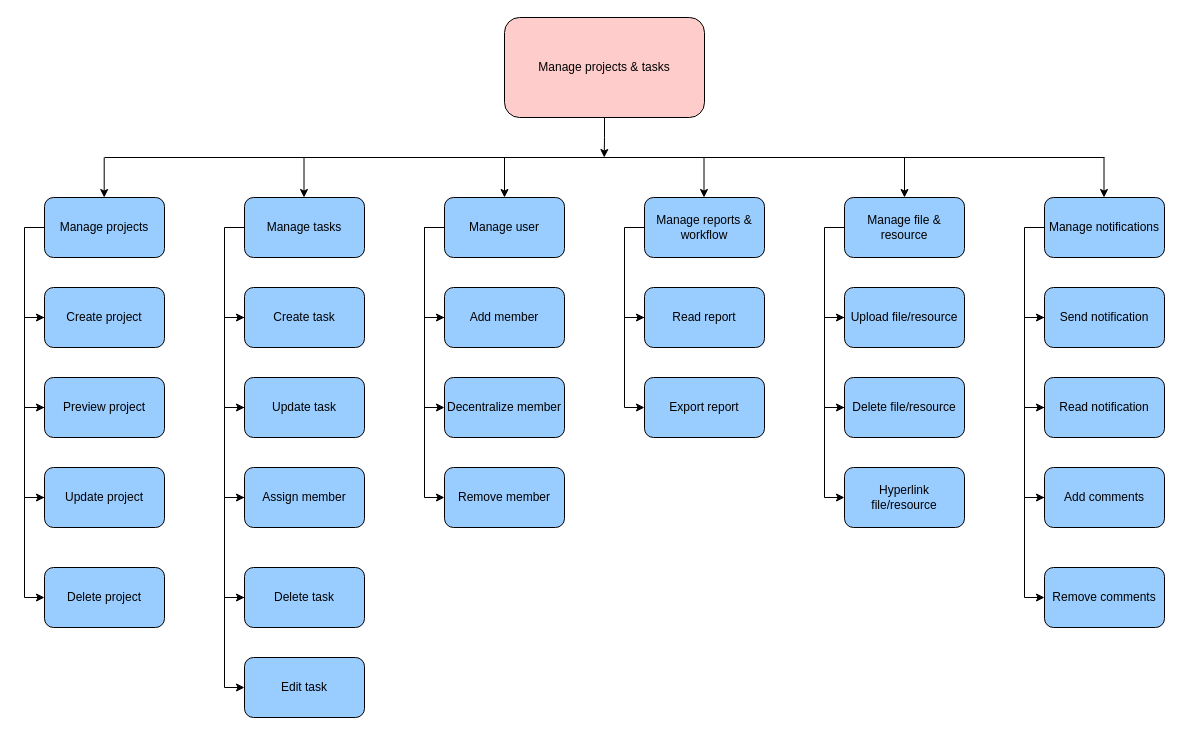
Earlier version of the draw.io diagram BusinessFunctionDiagram.drawio (nguyen2f/UNIWork). Source tidied: cells renumbered, new cells numbered last; positions are measured from the earlier drawing's top-left corner, leaving out a move shared by most shapes. Both pictures are drawn from the tidied source at 100%, with x=0, y=0 at pixel (44, 17).
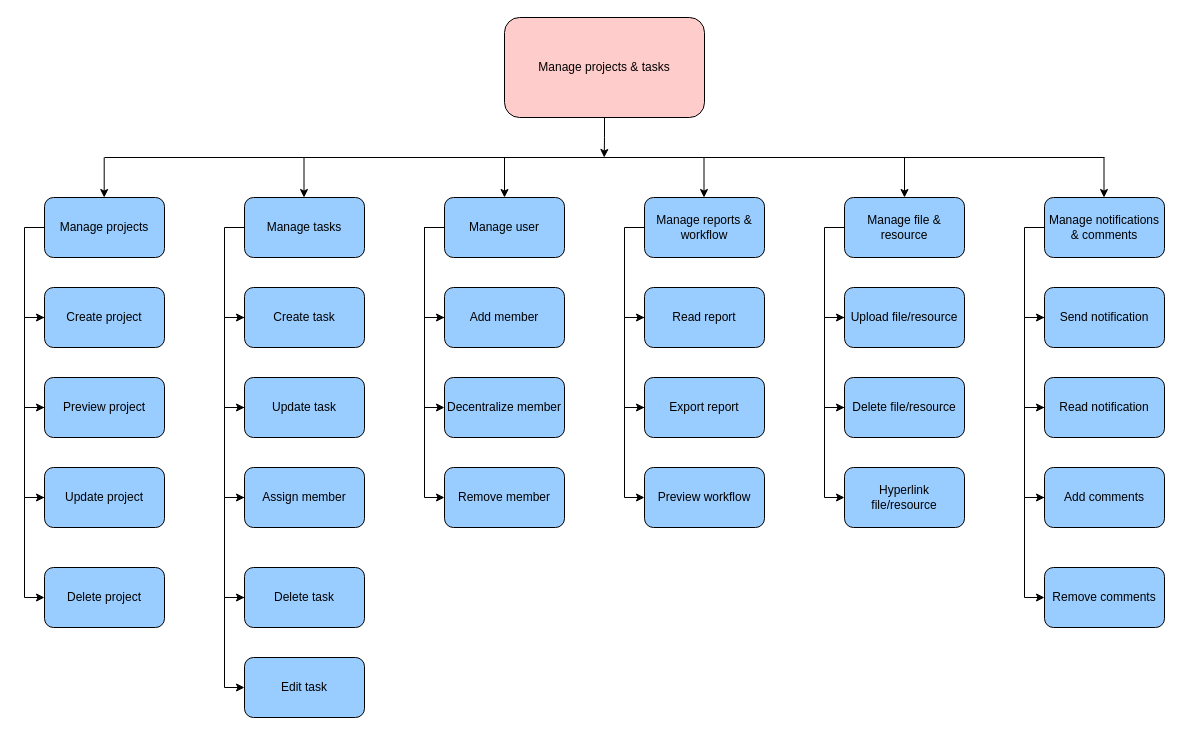
After the change.

The change refers to these unchanged cells:
```xml
<mxCell id="34" value="Export report" style="whiteSpace=wrap;html=1;rounded=1;fillColor=#99CCFF;" parent="1" vertex="1">
  <mxGeometry x="600" y="360" width="120" height="60" as="geometry" />
</mxCell>
```

Change to the diagram source:
```diff
@@
+    <mxCell id="59" style="edgeStyle=orthogonalEdgeStyle;rounded=0;jettySize=auto;html=1;exitX=0;exitY=0.5;exitDx=0;exitDy=0;entryX=0;entryY=0.5;entryDx=0;entryDy=0;" parent="1" edge="1" source="34" target="60">
+      <mxGeometry relative="1" as="geometry" />
+    </mxCell>
@@
-    <mxCell id="42" value="Manage notifications" style="rounded=1;whiteSpace=wrap;html=1;fillColor=#99CCFF;" parent="1" vertex="1">
+    <mxCell id="42" value="Manage notifications &amp;amp; comments" style="rounded=1;whiteSpace=wrap;html=1;fillColor=#99CCFF;" parent="1" vertex="1">
       <mxGeometry x="1000" y="180" width="120" height="60" as="geometry" />
     </mxCell>
@@
+    <mxCell id="60" value="Preview workflow" style="whiteSpace=wrap;html=1;rounded=1;fillColor=#99CCFF;" parent="1" vertex="1">
+      <mxGeometry x="600" y="450" width="120" height="60" as="geometry" />
+    </mxCell>
```
